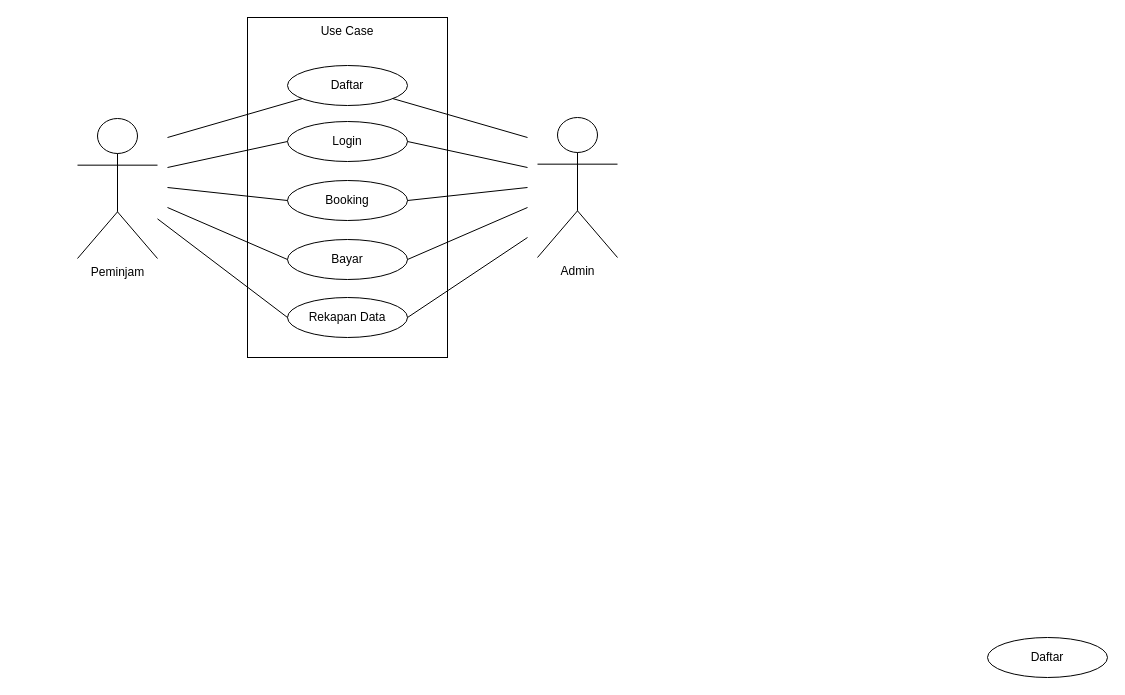
The-Pranksters/Booking-Aula keeps this draw.io diagram as page "Halaman-1" (1 of 2) of use_case.drawio. Above is the earlier version. Source tidied: cells renumbered, new cells numbered last; positions are measured from the earlier drawing's top-left corner, leaving out a move shared by most shapes. Both pictures are drawn from the tidied source at 100%, with x=0, y=0 at pixel (77, 17).
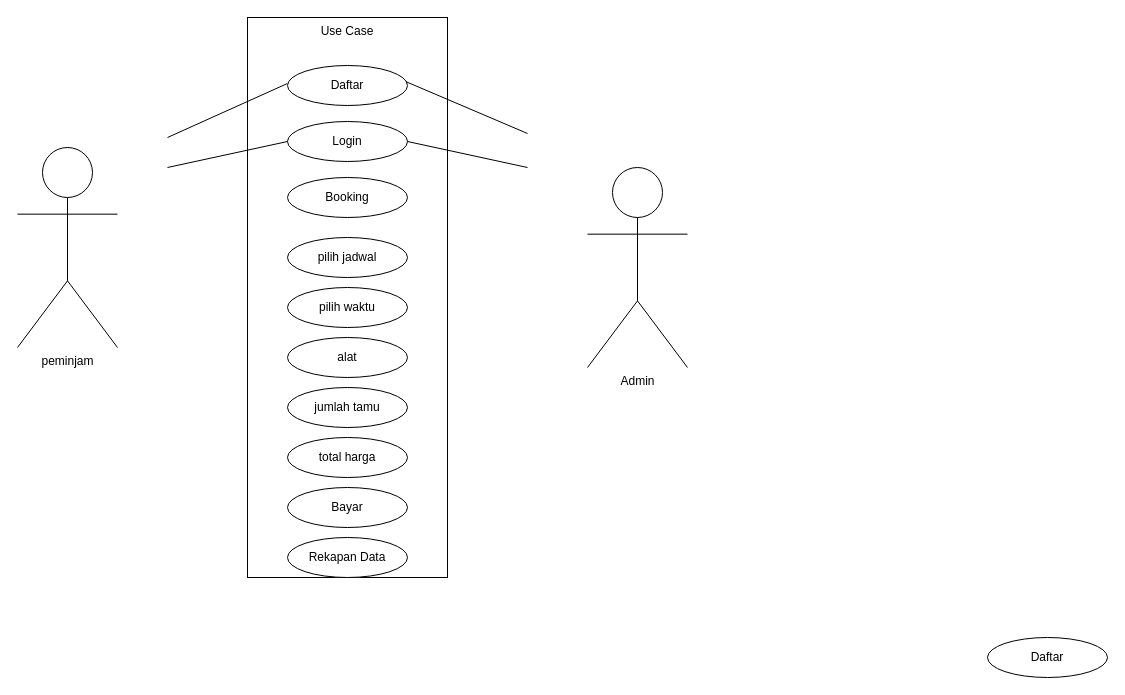
Above is the later version.

The change refers to these unchanged cells:
```xml
<mxCell id="3" value="Daftar" style="ellipse;whiteSpace=wrap;html=1;" parent="1" vertex="1">
  <mxGeometry x="210" y="48" width="120" height="40" as="geometry" />
</mxCell>
```

What changed in the source:
```diff
@@
     <mxCell id="2" value="Use Case" style="rounded=0;whiteSpace=wrap;html=1;verticalAlign=top;" parent="1" vertex="1">
-      <mxGeometry x="170" width="200" height="340" as="geometry" />
+      <mxGeometry x="170" width="200" height="560" as="geometry" />
     </mxCell>
@@
     <mxCell id="5" value="Booking" style="ellipse;whiteSpace=wrap;html=1;" parent="1" vertex="1">
-      <mxGeometry x="210" y="163" width="120" height="40" as="geometry" />
+      <mxGeometry x="210" y="160" width="120" height="40" as="geometry" />
     </mxCell>
@@
     <mxCell id="7" value="Bayar" style="ellipse;whiteSpace=wrap;html=1;" parent="1" vertex="1">
-      <mxGeometry x="210" y="222" width="120" height="40" as="geometry" />
+      <mxGeometry x="210" y="470" width="120" height="40" as="geometry" />
     </mxCell>
@@
-    <mxCell id="9" value="Peminjam" style="shape=umlActor;verticalLabelPosition=bottom;verticalAlign=top;html=1;outlineConnect=0;" parent="1" vertex="1">
-      <mxGeometry y="101" width="80" height="140" as="geometry" />
-    </mxCell>
     <mxCell id="10" value="Admin" style="shape=umlActor;verticalLabelPosition=bottom;verticalAlign=top;html=1;" parent="1" vertex="1">
-      <mxGeometry x="460" y="100" width="80" height="140" as="geometry" />
+      <mxGeometry x="510" y="150" width="100" height="200" as="geometry" />
     </mxCell>
-    <mxCell id="11" style="endArrow=none;html=1;rounded=0;" parent="1" edge="1" target="3">
+    <mxCell id="11" style="endArrow=none;html=1;rounded=0;" parent="1" edge="1">
       <mxGeometry relative="1" as="geometry">
         <mxPoint x="90" y="120" as="sourcePoint" />
+        <mxPoint x="209.7" y="66.1" as="targetPoint" />
       </mxGeometry>
     </mxCell>
     <mxCell id="12" value="Rekapan Data" style="ellipse;whiteSpace=wrap;html=1;" parent="1" vertex="1">
-      <mxGeometry x="210" y="280" width="120" height="40" as="geometry" />
+      <mxGeometry x="210" y="520" width="120" height="40" as="geometry" />
     </mxCell>
@@
-    <mxCell id="14" style="endArrow=none;html=1;rounded=0;entryX=0;entryY=0.5;entryDx=0;entryDy=0;" parent="1" edge="1" target="5">
-      <mxGeometry relative="1" as="geometry">
-        <mxPoint x="90" y="170" as="sourcePoint" />
-      </mxGeometry>
-    </mxCell>
-    <mxCell id="15" style="endArrow=none;html=1;rounded=0;entryX=0;entryY=0.5;entryDx=0;entryDy=0;" parent="1" edge="1" target="7">
-      <mxGeometry relative="1" as="geometry">
-        <mxPoint x="90" y="190" as="sourcePoint" />
-      </mxGeometry>
-    </mxCell>
-    <mxCell id="16" style="endArrow=none;html=1;rounded=0;entryX=0;entryY=0.5;entryDx=0;entryDy=0;" parent="1" edge="1" source="9" target="12">
-      <mxGeometry relative="1" as="geometry" />
-    </mxCell>
-    <mxCell id="17" style="endArrow=none;html=1;rounded=0;" parent="1" edge="1" source="3">
+    <mxCell id="17" style="endArrow=none;html=1;rounded=0;" parent="1" edge="1">
       <mxGeometry relative="1" as="geometry">
-        <mxPoint x="450" y="120" as="targetPoint" />
+        <mxPoint x="328.3" y="64.1" as="sourcePoint" />
+        <mxPoint x="450" y="116" as="targetPoint" />
       </mxGeometry>
     </mxCell>
@@
-    <mxCell id="19" style="endArrow=none;html=1;rounded=0;exitX=1;exitY=0.5;exitDx=0;exitDy=0;" parent="1" edge="1" source="5">
-      <mxGeometry relative="1" as="geometry">
-        <mxPoint x="450" y="170" as="targetPoint" />
-      </mxGeometry>
-    </mxCell>
-    <mxCell id="20" style="endArrow=none;html=1;rounded=0;exitX=1;exitY=0.5;exitDx=0;exitDy=0;" parent="1" edge="1" source="7">
-      <mxGeometry relative="1" as="geometry">
-        <mxPoint x="450" y="190" as="targetPoint" />
-      </mxGeometry>
-    </mxCell>
-    <mxCell id="21" style="endArrow=none;html=1;rounded=0;exitX=1;exitY=0.5;exitDx=0;exitDy=0;" parent="1" edge="1" source="12">
-      <mxGeometry relative="1" as="geometry">
-        <mxPoint x="450" y="220" as="targetPoint" />
-      </mxGeometry>
-    </mxCell>
+    <mxCell id="22" value="pilih jadwal" style="ellipse;whiteSpace=wrap;html=1;" parent="1" vertex="1">
+      <mxGeometry x="210" y="220" width="120" height="40" as="geometry" />
+    </mxCell>
+    <mxCell id="23" value="pilih waktu" style="ellipse;whiteSpace=wrap;html=1;" parent="1" vertex="1">
+      <mxGeometry x="210" y="270" width="120" height="40" as="geometry" />
+    </mxCell>
+    <mxCell id="24" value="alat" style="ellipse;whiteSpace=wrap;html=1;" parent="1" vertex="1">
+      <mxGeometry x="210" y="320" width="120" height="40" as="geometry" />
+    </mxCell>
+    <mxCell id="25" value="jumlah tamu" style="ellipse;whiteSpace=wrap;html=1;" parent="1" vertex="1">
+      <mxGeometry x="210" y="370" width="120" height="40" as="geometry" />
+    </mxCell>
+    <mxCell id="26" value="total harga" style="ellipse;whiteSpace=wrap;html=1;" parent="1" vertex="1">
+      <mxGeometry x="210" y="420" width="120" height="40" as="geometry" />
+    </mxCell>
+    <mxCell id="27" value="peminjam" style="shape=umlActor;verticalLabelPosition=bottom;verticalAlign=top;html=1;" parent="1" vertex="1">
+      <mxGeometry x="-60" y="130" width="100" height="200" as="geometry" />
+    </mxCell>
```
